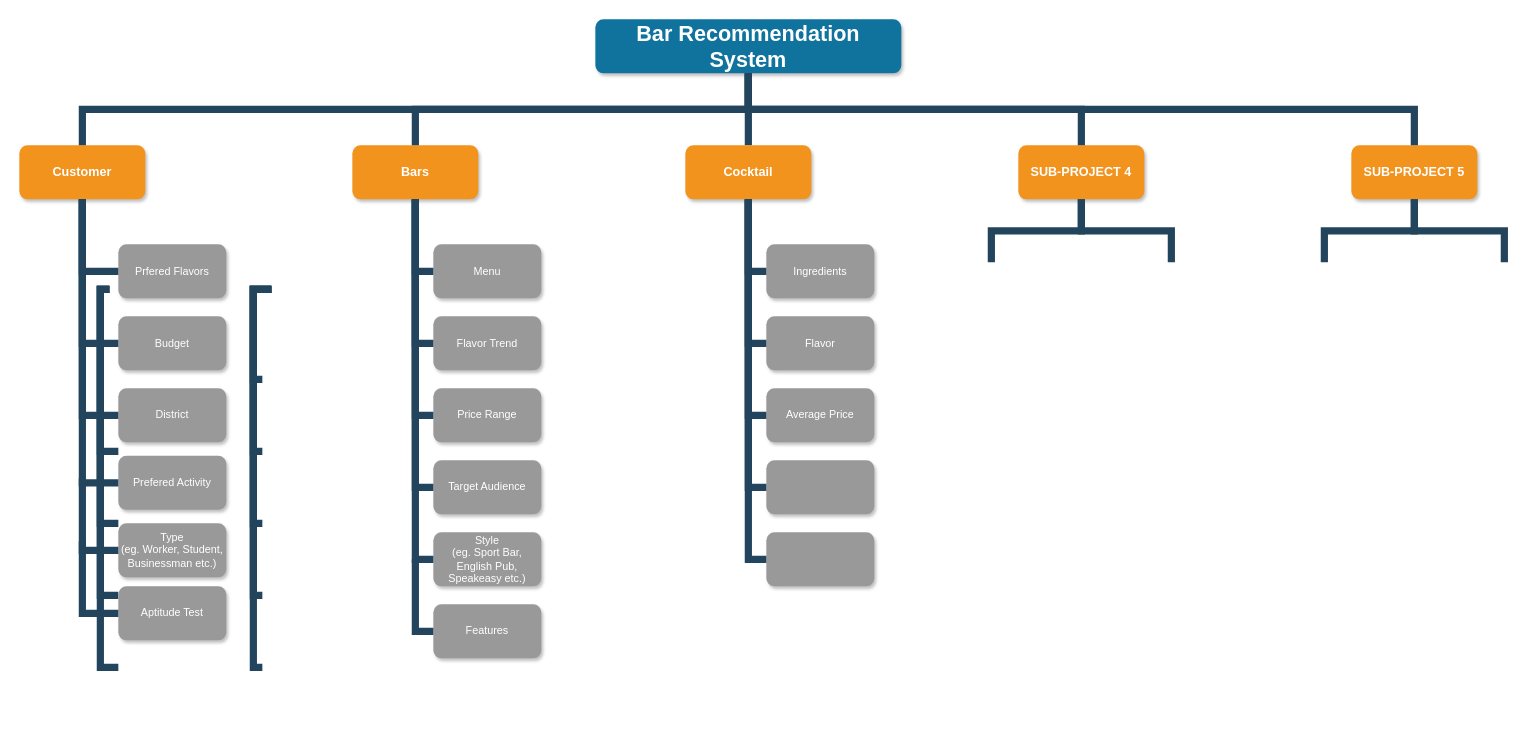
The draw.io diagram DBMS_System_Fuctions.drawio in tp12356twNccu/Database_NCCU, before the edit. Source tidied: cells renumbered, new cells numbered last; positions are measured from the earlier drawing's top-left corner, leaving out a move shared by most shapes. Both pictures are drawn from the tidied source at 90%, with x=0, y=0 at pixel (19, 19).
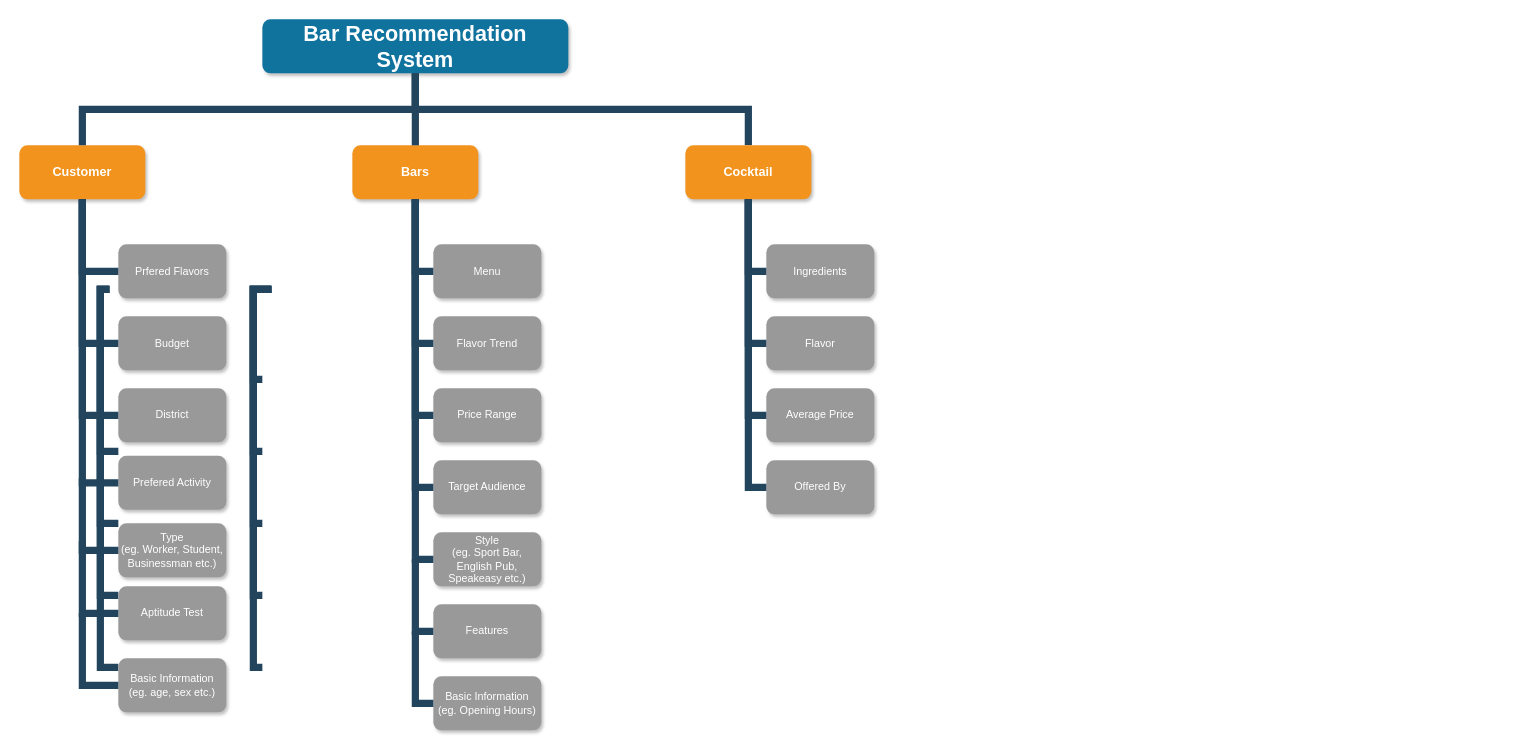
Above is the later version.

Unchanged cells that the change refers to:
```xml
<mxCell id="45" value="Cocktail" style="whiteSpace=wrap;rounded=1;fillColor=#F2931E;strokeColor=none;shadow=1;fontColor=#FFFFFF;fontStyle=1;fontSize=14;" parent="1" vertex="1">
  <mxGeometry x="740" y="140" width="140" height="60" as="geometry" />
</mxCell>
```

What changed in the source:
```diff
@@
     <mxCell id="2" value="Bar Recommendation System" style="whiteSpace=wrap;rounded=1;shadow=1;fillColor=#10739E;strokeColor=none;fontColor=#FFFFFF;fontStyle=1;fontSize=24;" parent="1" vertex="1">
-      <mxGeometry x="640" width="340" height="60" as="geometry" />
+      <mxGeometry x="270" width="340" height="60" as="geometry" />
     </mxCell>
@@
-    <mxCell id="5" value="SUB-PROJECT 4" style="whiteSpace=wrap;rounded=1;fillColor=#F2931E;strokeColor=none;shadow=1;fontColor=#FFFFFF;fontStyle=1;fontSize=14;" parent="1" vertex="1">
-      <mxGeometry x="1110" y="140" width="140" height="60" as="geometry" />
-    </mxCell>
-    <mxCell id="6" value="SUB-PROJECT 5" style="whiteSpace=wrap;rounded=1;fillColor=#F2931E;strokeColor=none;shadow=1;fontColor=#FFFFFF;fontStyle=1;fontSize=14;" parent="1" vertex="1">
-      <mxGeometry x="1480" y="140" width="140" height="60" as="geometry" />
-    </mxCell>
@@
-    <mxCell id="19" style="edgeStyle=elbowEdgeStyle;elbow=vertical;rounded=0;fontColor=#000000;endArrow=none;endFill=0;strokeWidth=8;strokeColor=#23445D;" parent="1" edge="1" source="5">
-      <mxGeometry relative="1" as="geometry">
-        <mxPoint x="1080" y="270" as="targetPoint" />
-      </mxGeometry>
-    </mxCell>
-    <mxCell id="20" style="edgeStyle=elbowEdgeStyle;elbow=vertical;rounded=0;fontColor=#000000;endArrow=none;endFill=0;strokeWidth=8;strokeColor=#23445D;" parent="1" edge="1" source="5">
-      <mxGeometry relative="1" as="geometry">
-        <mxPoint x="1280" y="270" as="targetPoint" />
-      </mxGeometry>
-    </mxCell>
-    <mxCell id="21" style="edgeStyle=elbowEdgeStyle;elbow=vertical;rounded=0;fontColor=#000000;endArrow=none;endFill=0;strokeWidth=8;strokeColor=#23445D;" parent="1" edge="1" source="6">
-      <mxGeometry relative="1" as="geometry">
-        <mxPoint x="1450" y="270" as="targetPoint" />
-      </mxGeometry>
-    </mxCell>
-    <mxCell id="22" style="edgeStyle=elbowEdgeStyle;elbow=vertical;rounded=0;fontColor=#000000;endArrow=none;endFill=0;strokeWidth=8;strokeColor=#23445D;" parent="1" edge="1" source="6">
-      <mxGeometry relative="1" as="geometry">
-        <mxPoint x="1650" y="270" as="targetPoint" />
-      </mxGeometry>
-    </mxCell>
@@
-    <mxCell id="26" style="edgeStyle=elbowEdgeStyle;elbow=vertical;rounded=0;fontColor=#000000;endArrow=none;endFill=0;strokeWidth=8;strokeColor=#23445D;" parent="1" edge="1" source="2" target="5">
-      <mxGeometry relative="1" as="geometry" />
-    </mxCell>
-    <mxCell id="27" style="edgeStyle=elbowEdgeStyle;elbow=vertical;rounded=0;fontColor=#000000;endArrow=none;endFill=0;strokeWidth=8;strokeColor=#23445D;" parent="1" edge="1" source="2" target="6">
-      <mxGeometry relative="1" as="geometry" />
-    </mxCell>
@@
-    <mxCell id="49" style="whiteSpace=wrap;rounded=1;fillColor=#999999;strokeColor=none;shadow=1;fontColor=#FFFFFF;fontStyle=0;" parent="1" vertex="1">
+    <mxCell id="49" value="Offered By" style="whiteSpace=wrap;rounded=1;fillColor=#999999;strokeColor=none;shadow=1;fontColor=#FFFFFF;fontStyle=0;" parent="1" vertex="1">
       <mxGeometry x="830" y="490" width="120" height="60" as="geometry" />
     </mxCell>
-    <mxCell id="50" style="whiteSpace=wrap;rounded=1;fillColor=#999999;strokeColor=none;shadow=1;fontColor=#FFFFFF;fontStyle=0;" parent="1" vertex="1">
-      <mxGeometry x="830" y="570" width="120" height="60" as="geometry" />
-    </mxCell>
@@
-    <mxCell id="55" style="edgeStyle=elbowEdgeStyle;elbow=horizontal;rounded=0;fontColor=#000000;endArrow=none;endFill=0;strokeWidth=8;strokeColor=#23445D;entryX=0;entryY=0.5;entryDx=0;entryDy=0;exitX=0.5;exitY=1;exitDx=0;exitDy=0;" parent="1" edge="1" source="45" target="50">
-      <mxGeometry relative="1" as="geometry">
-        <Array as="points">
-          <mxPoint x="810" y="370" />
-        </Array>
-      </mxGeometry>
-    </mxCell>
@@
+    <mxCell id="60" value="Basic Information&#10;(eg. Opening Hours)" style="whiteSpace=wrap;rounded=1;fillColor=#999999;strokeColor=none;shadow=1;fontColor=#FFFFFF;fontStyle=0;" parent="1" vertex="1">
+      <mxGeometry x="460" y="730" width="120" height="60" as="geometry" />
+    </mxCell>
+    <mxCell id="61" style="edgeStyle=elbowEdgeStyle;elbow=horizontal;rounded=0;fontColor=#000000;endArrow=none;endFill=0;strokeWidth=8;strokeColor=#23445D;entryX=0;entryY=0.5;entryDx=0;entryDy=0;exitX=0.5;exitY=1;exitDx=0;exitDy=0;" parent="1" edge="1" target="60">
+      <mxGeometry relative="1" as="geometry">
+        <mxPoint x="440" y="680" as="sourcePoint" />
+        <Array as="points">
+          <mxPoint x="440" y="780" />
+        </Array>
+      </mxGeometry>
+    </mxCell>
+    <mxCell id="62" value="Basic Information&#10;(eg. age, sex etc.)" style="whiteSpace=wrap;rounded=1;fillColor=#999999;strokeColor=none;shadow=1;fontColor=#FFFFFF;fontStyle=0;" parent="1" vertex="1">
+      <mxGeometry x="110" y="710" width="120" height="60" as="geometry" />
+    </mxCell>
+    <mxCell id="63" style="edgeStyle=elbowEdgeStyle;elbow=horizontal;rounded=0;fontColor=#000000;endArrow=none;endFill=0;strokeWidth=8;strokeColor=#23445D;exitX=0.5;exitY=1;exitDx=0;exitDy=0;entryX=0;entryY=0.5;entryDx=0;entryDy=0;" parent="1" edge="1" target="62">
+      <mxGeometry relative="1" as="geometry">
+        <mxPoint x="70" y="660" as="sourcePoint" />
+        <Array as="points">
+          <mxPoint x="70" y="710" />
+        </Array>
+      </mxGeometry>
+    </mxCell>
```
